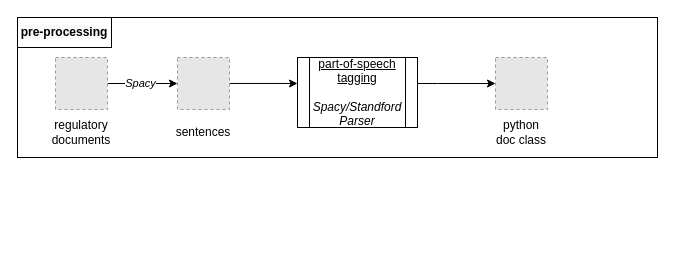
Before: images/theoretical_extraction_pre.drawio in VincentDerekHeld/bachelor-thesis-2.0, a draw.io diagram. Source tidied: cells renumbered, new cells numbered last; positions are measured from the earlier drawing's top-left corner, leaving out a move shared by most shapes. Both pictures are drawn from the tidied source at 100%, with x=0, y=0 at pixel (17, 17). Pictures stored in the file or linked from it are replaced by grey dashed boxes.
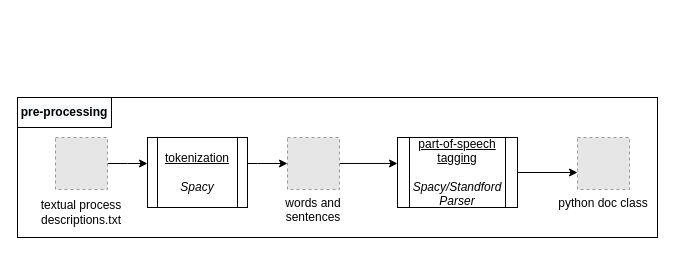
The same page after the edit.

What changed in the source:
```diff
@@
 <mxGraphModel>
   <root>
     <mxCell id="0" />
     <mxCell id="1" parent="0" />
     <mxCell id="2" style="rounded=0;whiteSpace=wrap;html=1;" parent="1" vertex="1">
-      <mxGeometry width="640" height="140" as="geometry" />
+      <mxGeometry y="80" width="640" height="140" as="geometry" />
     </mxCell>
-    <mxCell id="3" style="edgeStyle=orthogonalEdgeStyle;rounded=0;jettySize=auto;html=1;entryX=0;entryY=0.5;entryDx=0;entryDy=0;" parent="1" edge="1" source="5" target="7">
-      <mxGeometry relative="1" as="geometry" />
-    </mxCell>
-    <mxCell id="4" value="&lt;i&gt;Spacy&lt;/i&gt;" style="edgeLabel;html=1;align=center;verticalAlign=middle;" parent="3" vertex="1">
-      <mxGeometry x="-0.09" y="1" relative="1" as="geometry" />
-    </mxCell>
+    <mxCell id="15" style="edgeStyle=orthogonalEdgeStyle;rounded=0;jettySize=auto;html=1;" parent="1" edge="1" source="5" target="17">
+      <mxGeometry relative="1" as="geometry">
+        <Array as="points">
+          <mxPoint x="110" y="146" />
+          <mxPoint x="110" y="146" />
+        </Array>
+      </mxGeometry>
+    </mxCell>
     <mxCell id="5" style="fillColor=#E6E6E6;strokeColor=#999999;dashed=1;verticalLabelPosition=bottom;labelBackgroundColor=default;verticalAlign=top;" parent="1" vertex="1">
-      <mxGeometry x="38" y="40" width="52" height="52" as="geometry" />
+      <mxGeometry x="38" y="120" width="52" height="52" as="geometry" />
     </mxCell>
     <mxCell id="6" style="edgeStyle=orthogonalEdgeStyle;rounded=0;jettySize=auto;html=1;entryX=0;entryY=0.371;entryDx=0;entryDy=0;entryPerimeter=0;" parent="1" edge="1" source="7" target="13">
       <mxGeometry relative="1" as="geometry" />
     </mxCell>
-    <mxCell id="7" style="fillColor=#E6E6E6;strokeColor=#999999;dashed=1;verticalLabelPosition=bottom;labelBackgroundColor=default;verticalAlign=top;" parent="1" vertex="1">
-      <mxGeometry x="160" y="40" width="52" height="52" as="geometry" />
+    <mxCell id="7" value="words and &#10;sentences" style="fillColor=#E6E6E6;strokeColor=#999999;dashed=1;verticalLabelPosition=bottom;labelBackgroundColor=default;verticalAlign=top;" parent="1" vertex="1">
+      <mxGeometry x="270" y="120" width="52" height="52" as="geometry" />
     </mxCell>
-    <mxCell id="8" value="regulatory documents" style="text;html=1;strokeColor=none;fillColor=none;align=center;verticalAlign=middle;whiteSpace=wrap;rounded=0;" parent="1" vertex="1">
-      <mxGeometry x="34" y="100" width="60" height="30" as="geometry" />
+    <mxCell id="8" value="textual process descriptions.txt" style="text;html=1;strokeColor=none;fillColor=none;align=center;verticalAlign=middle;whiteSpace=wrap;rounded=0;" parent="1" vertex="1">
+      <mxGeometry x="21" y="180" width="86" height="30" as="geometry" />
     </mxCell>
-    <mxCell id="9" value="sentences" style="text;html=1;strokeColor=none;fillColor=none;align=center;verticalAlign=middle;whiteSpace=wrap;rounded=0;" parent="1" vertex="1">
-      <mxGeometry x="156" y="100" width="60" height="30" as="geometry" />
-    </mxCell>
-    <mxCell id="10" style="fillColor=#E6E6E6;strokeColor=#999999;dashed=1;verticalLabelPosition=bottom;labelBackgroundColor=default;verticalAlign=top;" parent="1" vertex="1">
-      <mxGeometry x="478" y="40" width="52" height="52" as="geometry" />
+    <mxCell id="10" value="python doc class" style="fillColor=#E6E6E6;strokeColor=#999999;dashed=1;verticalLabelPosition=bottom;labelBackgroundColor=default;verticalAlign=top;" parent="1" vertex="1">
+      <mxGeometry x="560" y="120" width="52" height="52" as="geometry" />
     </mxCell>
-    <mxCell id="11" value="python doc class" style="text;html=1;strokeColor=none;fillColor=none;align=center;verticalAlign=middle;whiteSpace=wrap;rounded=0;" parent="1" vertex="1">
-      <mxGeometry x="474" y="100" width="60" height="30" as="geometry" />
-    </mxCell>
     <mxCell id="12" style="edgeStyle=orthogonalEdgeStyle;rounded=0;jettySize=auto;html=1;" parent="1" edge="1" source="13" target="10">
       <mxGeometry relative="1" as="geometry">
         <Array as="points">
-          <mxPoint x="420" y="66" />
-          <mxPoint x="420" y="66" />
+          <mxPoint x="420" y="146" />
+          <mxPoint x="420" y="146" />
         </Array>
       </mxGeometry>
     </mxCell>
     <mxCell id="13" value="&lt;u&gt;part-of-speech tagging&lt;br&gt;&lt;/u&gt;&lt;br&gt;&lt;i&gt;Spacy/Standford Parser&lt;/i&gt;" style="shape=process;whiteSpace=wrap;html=1;backgroundOutline=1;" parent="1" vertex="1">
-      <mxGeometry x="280" y="40" width="120" height="70" as="geometry" />
+      <mxGeometry x="380" y="120" width="120" height="70" as="geometry" />
     </mxCell>
     <mxCell id="14" value="&lt;span style=&quot;color: rgb(0, 0, 0); font-family: Helvetica; font-size: 12px; font-style: normal; font-variant-ligatures: normal; font-variant-caps: normal; letter-spacing: normal; orphans: 2; text-align: center; text-indent: 0px; text-transform: none; widows: 2; word-spacing: 0px; -webkit-text-stroke-width: 0px; background-color: rgb(248, 249, 250); text-decoration-thickness: initial; text-decoration-style: initial; text-decoration-color: initial; float: none; display: inline !important;&quot;&gt;&lt;b&gt;pre-processing&lt;/b&gt;&lt;/span&gt;" style="rounded=0;whiteSpace=wrap;html=1;" parent="1" vertex="1">
-      <mxGeometry width="94" height="30" as="geometry" />
+      <mxGeometry y="80" width="94" height="30" as="geometry" />
     </mxCell>
+    <mxCell id="16" style="edgeStyle=orthogonalEdgeStyle;rounded=0;jettySize=auto;html=1;entryX=0;entryY=0.5;entryDx=0;entryDy=0;" parent="1" edge="1" source="17" target="7">
+      <mxGeometry relative="1" as="geometry">
+        <Array as="points">
+          <mxPoint x="240" y="146" />
+          <mxPoint x="240" y="146" />
+        </Array>
+      </mxGeometry>
+    </mxCell>
+    <mxCell id="17" value="&lt;u&gt;tokenization&lt;/u&gt;&lt;br&gt;&lt;br&gt;&lt;i&gt;Spacy&lt;/i&gt;" style="shape=process;whiteSpace=wrap;html=1;backgroundOutline=1;" parent="1" vertex="1">
+      <mxGeometry x="130" y="120" width="100" height="70" as="geometry" />
+    </mxCell>
   </root>
 </mxGraphModel>
```
